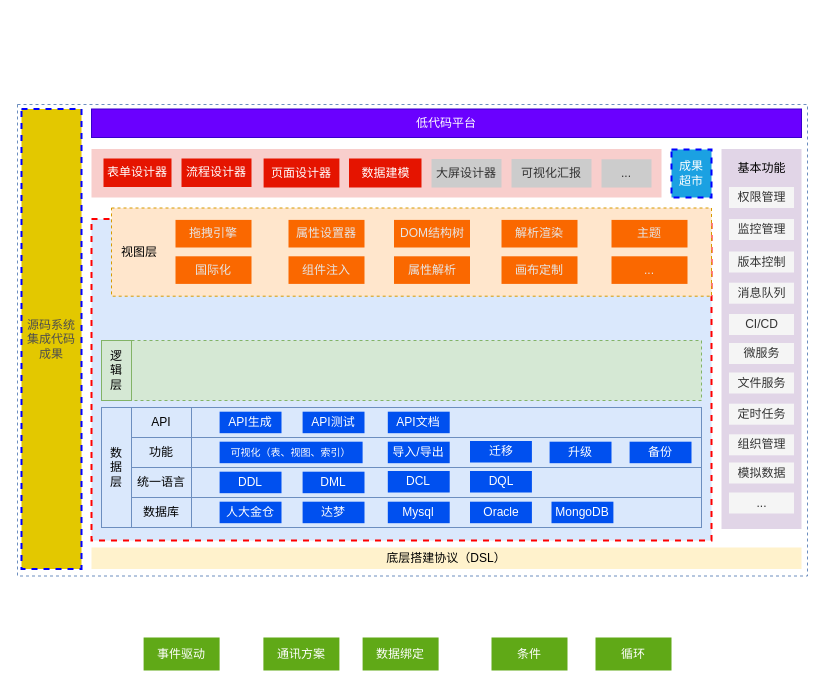
Above: 低代码—泳道图—研究内容.drawio in tangyaosimida/love (draw.io), before the change. Source tidied: cells renumbered, new cells numbered last; positions are measured from the earlier drawing's top-left corner, leaving out a move shared by most shapes. Both pictures are drawn from the tidied source at 100%, with x=0, y=0 at pixel (17, 104).
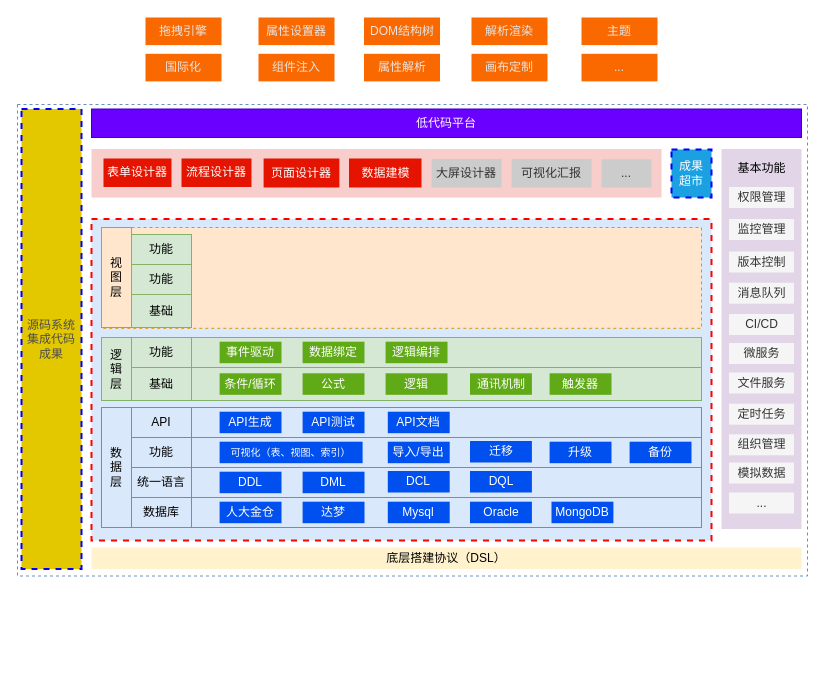
Above is the later version.

Commit message (it also covers changes not shown here):
更新低代码—泳道图—研究内容.drawio

Change to the diagram source:
```diff
@@
     <mxCell id="12" value="&lt;div style=&quot;&quot;&gt;&lt;br&gt;&lt;/div&gt;" style="rounded=0;whiteSpace=wrap;html=1;align=left;strokeColor=#82b366;fillColor=#d5e8d4;dashed=1;strokeWidth=1;" parent="1" vertex="1">
-      <mxGeometry x="84" y="236" width="600" height="60" as="geometry" />
+      <mxGeometry x="84" y="233" width="600" height="63" as="geometry" />
     </mxCell>
     <mxCell id="13" value="&lt;div style=&quot;&quot;&gt;&lt;br&gt;&lt;/div&gt;" style="rounded=0;whiteSpace=wrap;html=1;align=left;fillColor=#ffe6cc;strokeColor=#d79b00;dashed=1;strokeWidth=1;" parent="1" vertex="1">
-      <mxGeometry x="94" y="103.5" width="600" height="88.2" as="geometry" />
+      <mxGeometry x="84" y="123" width="600" height="100.8" as="geometry" />
     </mxCell>
@@
-    <mxCell id="32" value="事件驱动" style="rounded=0;whiteSpace=wrap;html=1;fillColor=#60a917;fontColor=#ffffff;strokeColor=none;" parent="1" vertex="1">
-      <mxGeometry x="126.1" y="533" width="76" height="33" as="geometry" />
-    </mxCell>
-    <mxCell id="33" value="通讯方案" style="rounded=0;whiteSpace=wrap;html=1;fillColor=#60a917;fontColor=#ffffff;strokeColor=none;" parent="1" vertex="1">
-      <mxGeometry x="245.9" y="533" width="76" height="33" as="geometry" />
-    </mxCell>
-    <mxCell id="34" value="数据绑定" style="rounded=0;whiteSpace=wrap;html=1;fillColor=#60a917;fontColor=#ffffff;strokeColor=none;" parent="1" vertex="1">
-      <mxGeometry x="345.1" y="533" width="76" height="33" as="geometry" />
-    </mxCell>
-    <mxCell id="35" value="条件" style="rounded=0;whiteSpace=wrap;html=1;fillColor=#60a917;fontColor=#ffffff;strokeColor=none;" parent="1" vertex="1">
-      <mxGeometry x="474" y="533" width="76" height="33" as="geometry" />
-    </mxCell>
-    <mxCell id="36" value="循环" style="rounded=0;whiteSpace=wrap;html=1;fillColor=#60a917;fontColor=#ffffff;strokeColor=none;" parent="1" vertex="1">
-      <mxGeometry x="578" y="533" width="76" height="33" as="geometry" />
-    </mxCell>
-    <mxCell id="37" value="视图层" style="text;html=1;align=center;verticalAlign=middle;whiteSpace=wrap;rounded=0;" parent="1" vertex="1">
-      <mxGeometry x="94" y="122.9" width="56" height="49.5" as="geometry" />
-    </mxCell>
-    <mxCell id="38" value="拖拽引擎" style="rounded=0;whiteSpace=wrap;html=1;fillColor=#fa6800;fontColor=#E6E6E6;strokeColor=none;" parent="1" vertex="1">
-      <mxGeometry x="158" y="115.4" width="76" height="27.6" as="geometry" />
-    </mxCell>
-    <mxCell id="39" value="国际化" style="rounded=0;whiteSpace=wrap;html=1;fillColor=#fa6800;fontColor=#E6E6E6;strokeColor=none;" parent="1" vertex="1">
-      <mxGeometry x="158" y="151.8" width="76" height="27.6" as="geometry" />
-    </mxCell>
-    <mxCell id="40" value="组件注入" style="rounded=0;whiteSpace=wrap;html=1;fillColor=#fa6800;fontColor=#E6E6E6;strokeColor=none;" parent="1" vertex="1">
-      <mxGeometry x="271" y="151.8" width="76" height="27.6" as="geometry" />
-    </mxCell>
-    <mxCell id="41" value="属性解析" style="rounded=0;whiteSpace=wrap;html=1;fillColor=#fa6800;fontColor=#E6E6E6;strokeColor=none;" parent="1" vertex="1">
-      <mxGeometry x="376.5" y="151.8" width="76" height="27.6" as="geometry" />
-    </mxCell>
-    <mxCell id="42" value="画布定制" style="rounded=0;whiteSpace=wrap;html=1;fillColor=#fa6800;fontColor=#E6E6E6;strokeColor=none;" parent="1" vertex="1">
-      <mxGeometry x="484" y="151.8" width="76" height="27.6" as="geometry" />
-    </mxCell>
-    <mxCell id="43" value="..." style="rounded=0;whiteSpace=wrap;html=1;fillColor=#fa6800;fontColor=#E6E6E6;strokeColor=none;" parent="1" vertex="1">
-      <mxGeometry x="594" y="151.8" width="76" height="27.6" as="geometry" />
-    </mxCell>
-    <mxCell id="44" value="主题" style="rounded=0;whiteSpace=wrap;html=1;fillColor=#fa6800;fontColor=#E6E6E6;strokeColor=none;" parent="1" vertex="1">
-      <mxGeometry x="594" y="115.4" width="76" height="27.6" as="geometry" />
-    </mxCell>
-    <mxCell id="45" value="属性设置器" style="rounded=0;whiteSpace=wrap;html=1;fillColor=#fa6800;fontColor=#E6E6E6;strokeColor=none;" parent="1" vertex="1">
-      <mxGeometry x="271" y="115.4" width="76" height="27.6" as="geometry" />
-    </mxCell>
-    <mxCell id="46" value="DOM结构树" style="rounded=0;whiteSpace=wrap;html=1;fillColor=#fa6800;fontColor=#E6E6E6;strokeColor=none;" parent="1" vertex="1">
-      <mxGeometry x="376.5" y="115.4" width="76" height="27.6" as="geometry" />
-    </mxCell>
-    <mxCell id="47" value="解析渲染" style="rounded=0;whiteSpace=wrap;html=1;fillColor=#fa6800;fontColor=#E6E6E6;strokeColor=none;" parent="1" vertex="1">
-      <mxGeometry x="484" y="115.4" width="76" height="27.6" as="geometry" />
-    </mxCell>
@@
     <mxCell id="74" value="逻&lt;div&gt;辑&lt;/div&gt;&lt;div&gt;层&lt;/div&gt;" style="text;html=1;align=center;verticalAlign=middle;whiteSpace=wrap;rounded=0;fillColor=none;strokeColor=#82b366;" parent="1" vertex="1">
-      <mxGeometry x="84" y="236" width="30" height="60" as="geometry" />
+      <mxGeometry x="84" y="233" width="30" height="63" as="geometry" />
     </mxCell>
+    <mxCell id="75" style="rounded=0;whiteSpace=wrap;html=1;fillColor=#d5e8d4;strokeColor=#82b366;" parent="1" vertex="1">
+      <mxGeometry x="174" y="233" width="510" height="30" as="geometry" />
+    </mxCell>
+    <mxCell id="76" style="rounded=0;whiteSpace=wrap;html=1;fillColor=#d5e8d4;strokeColor=#82b366;" parent="1" vertex="1">
+      <mxGeometry x="174" y="263" width="510" height="33" as="geometry" />
+    </mxCell>
+    <mxCell id="77" value="基础" style="rounded=0;whiteSpace=wrap;html=1;fillColor=#d5e8d4;strokeColor=#82b366;" parent="1" vertex="1">
+      <mxGeometry x="114" y="263" width="60" height="33" as="geometry" />
+    </mxCell>
+    <mxCell id="78" value="功能" style="rounded=0;whiteSpace=wrap;html=1;fillColor=#d5e8d4;strokeColor=#82b366;" parent="1" vertex="1">
+      <mxGeometry x="114" y="233" width="60" height="30" as="geometry" />
+    </mxCell>
+    <mxCell id="79" value="条件/循环" style="rounded=0;whiteSpace=wrap;html=1;fillColor=#60a917;fontColor=#ffffff;strokeColor=none;" parent="1" vertex="1">
+      <mxGeometry x="202.1" y="268.8" width="61.9" height="21.5" as="geometry" />
+    </mxCell>
+    <mxCell id="80" value="公式" style="rounded=0;whiteSpace=wrap;html=1;fillColor=#60a917;fontColor=#ffffff;strokeColor=none;" parent="1" vertex="1">
+      <mxGeometry x="285.1" y="268.8" width="61.9" height="21.5" as="geometry" />
+    </mxCell>
+    <mxCell id="81" value="逻辑" style="rounded=0;whiteSpace=wrap;html=1;fillColor=#60a917;fontColor=#ffffff;strokeColor=none;" parent="1" vertex="1">
+      <mxGeometry x="368.1" y="268.8" width="61.9" height="21.5" as="geometry" />
+    </mxCell>
+    <mxCell id="82" value="触发器" style="rounded=0;whiteSpace=wrap;html=1;fillColor=#60a917;fontColor=#ffffff;strokeColor=none;" parent="1" vertex="1">
+      <mxGeometry x="532.1" y="268.8" width="61.9" height="21.5" as="geometry" />
+    </mxCell>
+    <mxCell id="83" value="通讯机制" style="rounded=0;whiteSpace=wrap;html=1;fillColor=#60a917;fontColor=#ffffff;strokeColor=none;" parent="1" vertex="1">
+      <mxGeometry x="452.5" y="268.8" width="61.9" height="21.5" as="geometry" />
+    </mxCell>
+    <mxCell id="32" value="事件驱动" style="rounded=0;whiteSpace=wrap;html=1;fillColor=#60a917;fontColor=#ffffff;strokeColor=none;" parent="1" vertex="1">
+      <mxGeometry x="202.1" y="237.2" width="61.9" height="21.5" as="geometry" />
+    </mxCell>
+    <mxCell id="34" value="数据绑定" style="rounded=0;whiteSpace=wrap;html=1;fillColor=#60a917;fontColor=#ffffff;strokeColor=none;" parent="1" vertex="1">
+      <mxGeometry x="285.1" y="237.2" width="61.9" height="21.5" as="geometry" />
+    </mxCell>
+    <mxCell id="84" value="逻辑编排" style="rounded=0;whiteSpace=wrap;html=1;fillColor=#60a917;fontColor=#ffffff;strokeColor=none;" parent="1" vertex="1">
+      <mxGeometry x="368.1" y="237.2" width="61.9" height="21.5" as="geometry" />
+    </mxCell>
+    <mxCell id="38" value="拖拽引擎" style="rounded=0;whiteSpace=wrap;html=1;fillColor=#fa6800;fontColor=#E6E6E6;strokeColor=none;" parent="1" vertex="1">
+      <mxGeometry x="128" y="-87" width="76" height="27.6" as="geometry" />
+    </mxCell>
+    <mxCell id="39" value="国际化" style="rounded=0;whiteSpace=wrap;html=1;fillColor=#fa6800;fontColor=#E6E6E6;strokeColor=none;" parent="1" vertex="1">
+      <mxGeometry x="128" y="-50.7" width="76" height="27.6" as="geometry" />
+    </mxCell>
+    <mxCell id="40" value="组件注入" style="rounded=0;whiteSpace=wrap;html=1;fillColor=#fa6800;fontColor=#E6E6E6;strokeColor=none;" parent="1" vertex="1">
+      <mxGeometry x="241" y="-50.7" width="76" height="27.6" as="geometry" />
+    </mxCell>
+    <mxCell id="41" value="属性解析" style="rounded=0;whiteSpace=wrap;html=1;fillColor=#fa6800;fontColor=#E6E6E6;strokeColor=none;" parent="1" vertex="1">
+      <mxGeometry x="346.5" y="-50.7" width="76" height="27.6" as="geometry" />
+    </mxCell>
+    <mxCell id="42" value="画布定制" style="rounded=0;whiteSpace=wrap;html=1;fillColor=#fa6800;fontColor=#E6E6E6;strokeColor=none;" parent="1" vertex="1">
+      <mxGeometry x="454" y="-50.7" width="76" height="27.6" as="geometry" />
+    </mxCell>
+    <mxCell id="43" value="..." style="rounded=0;whiteSpace=wrap;html=1;fillColor=#fa6800;fontColor=#E6E6E6;strokeColor=none;" parent="1" vertex="1">
+      <mxGeometry x="564" y="-50.7" width="76" height="27.6" as="geometry" />
+    </mxCell>
+    <mxCell id="44" value="主题" style="rounded=0;whiteSpace=wrap;html=1;fillColor=#fa6800;fontColor=#E6E6E6;strokeColor=none;" parent="1" vertex="1">
+      <mxGeometry x="564" y="-87" width="76" height="27.6" as="geometry" />
+    </mxCell>
+    <mxCell id="45" value="属性设置器" style="rounded=0;whiteSpace=wrap;html=1;fillColor=#fa6800;fontColor=#E6E6E6;strokeColor=none;" parent="1" vertex="1">
+      <mxGeometry x="241" y="-87" width="76" height="27.6" as="geometry" />
+    </mxCell>
+    <mxCell id="46" value="DOM结构树" style="rounded=0;whiteSpace=wrap;html=1;fillColor=#fa6800;fontColor=#E6E6E6;strokeColor=none;" parent="1" vertex="1">
+      <mxGeometry x="346.5" y="-87" width="76" height="27.6" as="geometry" />
+    </mxCell>
+    <mxCell id="47" value="解析渲染" style="rounded=0;whiteSpace=wrap;html=1;fillColor=#fa6800;fontColor=#E6E6E6;strokeColor=none;" parent="1" vertex="1">
+      <mxGeometry x="454" y="-87" width="76" height="27.6" as="geometry" />
+    </mxCell>
+    <mxCell id="85" value="视&lt;div&gt;图&lt;/div&gt;&lt;div&gt;层&lt;/div&gt;" style="text;html=1;align=center;verticalAlign=middle;whiteSpace=wrap;rounded=0;fillColor=#ffe6cc;strokeColor=#d79b00;" parent="1" vertex="1">
+      <mxGeometry x="84" y="123" width="30" height="100" as="geometry" />
+    </mxCell>
+    <mxCell id="86" value="基础" style="rounded=0;whiteSpace=wrap;html=1;fillColor=#d5e8d4;strokeColor=#82b366;" parent="1" vertex="1">
+      <mxGeometry x="114" y="190" width="60" height="33" as="geometry" />
+    </mxCell>
+    <mxCell id="87" value="功能" style="rounded=0;whiteSpace=wrap;html=1;fillColor=#d5e8d4;strokeColor=#82b366;" parent="1" vertex="1">
+      <mxGeometry x="114" y="160" width="60" height="30" as="geometry" />
+    </mxCell>
+    <mxCell id="88" value="功能" style="rounded=0;whiteSpace=wrap;html=1;fillColor=#d5e8d4;strokeColor=#82b366;" parent="1" vertex="1">
+      <mxGeometry x="114" y="130" width="60" height="30" as="geometry" />
+    </mxCell>
```
